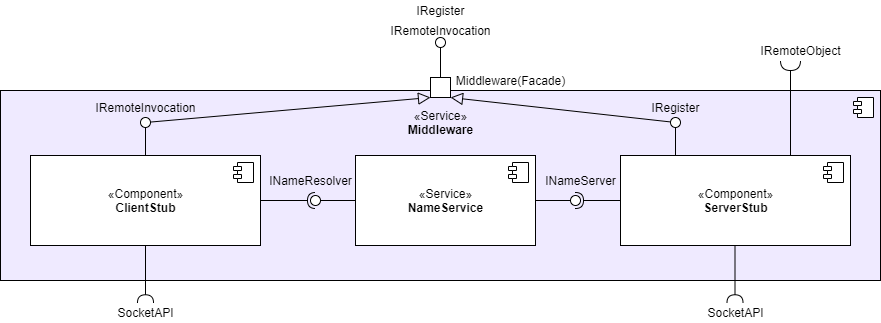
This is Doku/images/Middleware_Ebene1.png from KjellooMelloo/gameoftrons, a draw.io export, as it was before one commit. Source tidied: cells renumbered, new cells last; positions are measured from the earlier drawing's top-left corner, leaving out a move shared by most shapes.
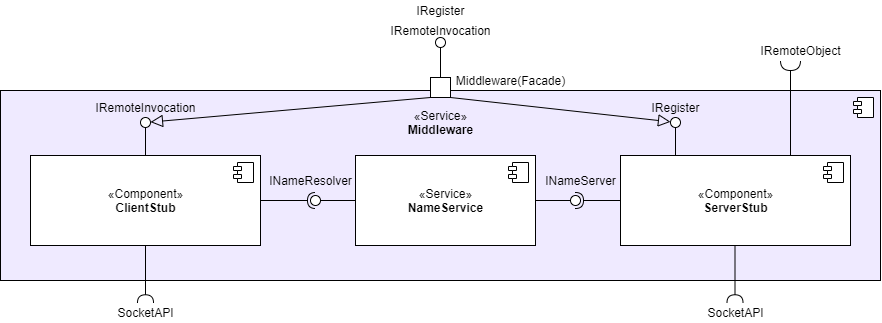
The same file after the commit.

Diff of the diagram source:
```diff
@@ -26,7 +26,7 @@
         <mxPoint x="-27" y="7" as="offset" />
       </mxGeometry>
     </mxCell>
-    <mxCell id="8" style="rounded=0;jettySize=auto;html=1;entryX=0;entryY=1;entryDx=0;entryDy=0;endArrow=block;endFill=0;endSize=10;" parent="1" edge="1" source="9" target="34">
+    <mxCell id="8" style="rounded=0;jettySize=auto;html=1;endArrow=block;endFill=0;endSize=10;exitX=0;exitY=1;exitDx=0;exitDy=0;" parent="1" edge="1" source="34" target="9">
       <mxGeometry relative="1" as="geometry" />
     </mxCell>
     <mxCell id="9" style="ellipse;whiteSpace=wrap;html=1;fontFamily=Helvetica;fontSize=12;fontColor=#000000;align=center;strokeColor=#000000;fillColor=#ffffff;points=[];spacing=2;strokeWidth=1;" parent="1" vertex="1">
@@ -54,7 +54,7 @@
         <mxPoint x="675" y="155" as="sourcePoint" />
       </mxGeometry>
     </mxCell>
-    <mxCell id="16" style="edgeStyle=none;rounded=0;jettySize=auto;html=1;entryX=1;entryY=1;entryDx=0;entryDy=0;endArrow=block;endFill=0;endSize=10;" parent="1" edge="1" source="17" target="34">
+    <mxCell id="16" style="edgeStyle=none;rounded=0;jettySize=auto;html=1;entryX=0;entryY=0.433;entryDx=0;entryDy=0;endArrow=block;endFill=0;endSize=10;exitX=1;exitY=1;exitDx=0;exitDy=0;entryPerimeter=0;" parent="1" edge="1" source="34" target="17">
       <mxGeometry relative="1" as="geometry" />
     </mxCell>
     <mxCell id="17" style="ellipse;whiteSpace=wrap;html=1;fontFamily=Helvetica;fontSize=12;fontColor=#000000;align=center;strokeColor=#000000;fillColor=#ffffff;points=[];spacing=2;strokeWidth=1;" parent="1" vertex="1">
```
